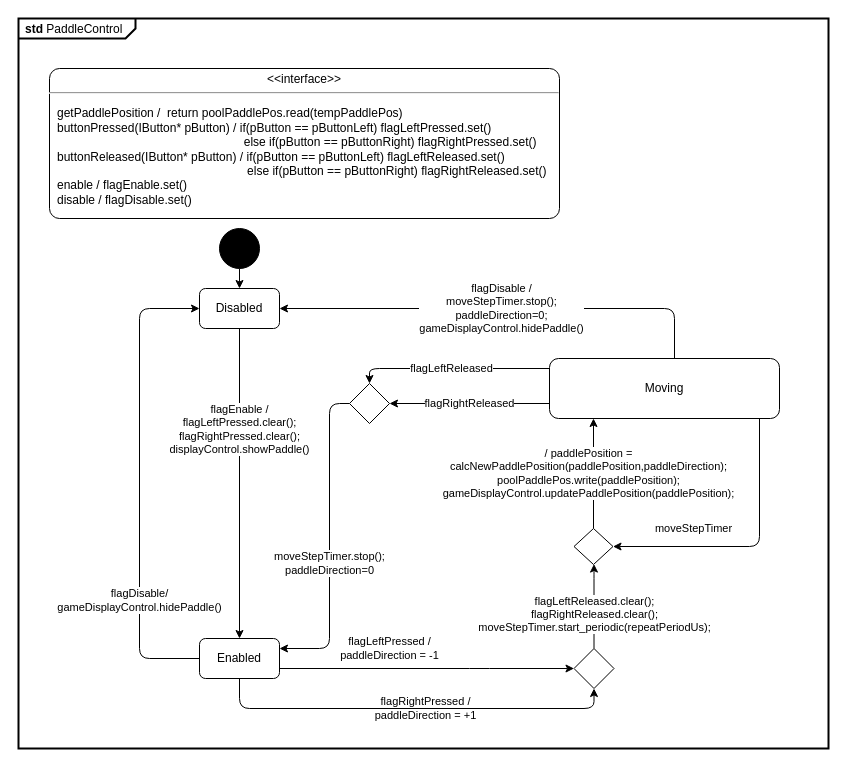
Before: page "STD-PaddleControl" (9 of 13) of apps/pong_cleangui_dg_adv/models/pong_dg_adv.drawio in nepbuur1/test_lasergame_2_rework_CleanGUI_godmode, a draw.io diagram. Source tidied: cells renumbered, new cells numbered last; positions are measured from the earlier drawing's top-left corner, leaving out a move shared by most shapes. Both pictures are drawn from the tidied source at 100%, with x=0, y=0 at pixel (18, 18).
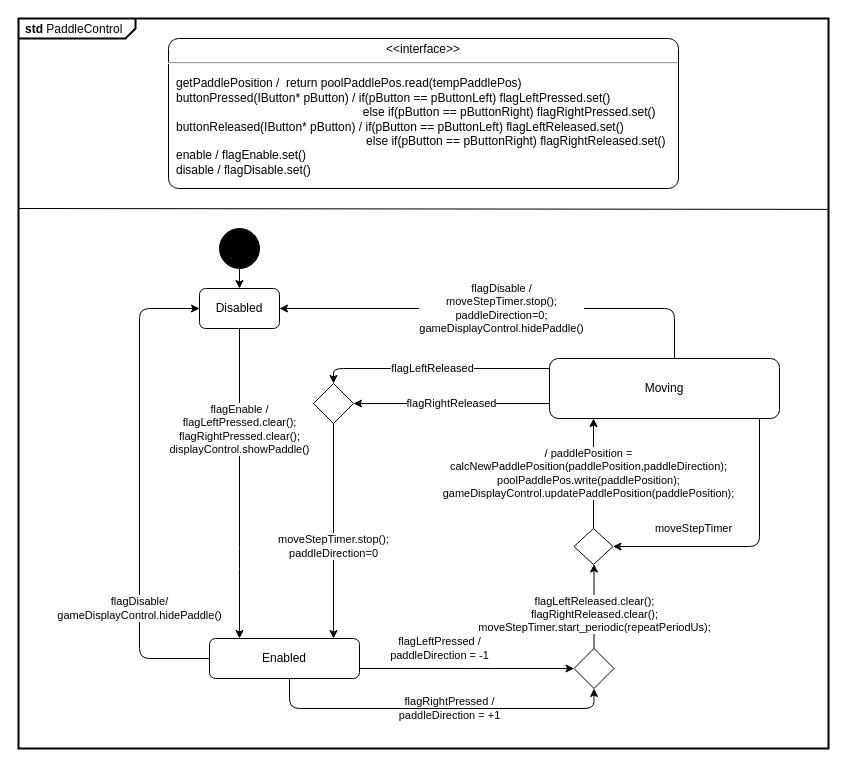
The same diagram, later.

Unchanged cells that the change refers to:
```xml
<mxCell id="5" value="Disabled" style="rounded=1;whiteSpace=wrap;html=1;" parent="1" vertex="1">
  <mxGeometry x="181" y="270" width="80" height="40" as="geometry" />
</mxCell>
<mxCell id="12" style="rhombus;whiteSpace=wrap;html=1;" parent="1" vertex="1">
  <mxGeometry x="555.5" y="630" width="40" height="40" as="geometry" />
</mxCell>
```

Diff of the diagram source:
```diff
@@
     <mxCell id="3" value="&lt;p style=&quot;margin: 0px ; margin-top: 4px ; text-align: center&quot;&gt;&amp;lt;&amp;lt;interface&amp;gt;&amp;gt;&lt;/p&gt;&lt;hr&gt;&lt;p&gt;&lt;/p&gt;&lt;p style=&quot;margin: 0px ; margin-left: 8px ; text-align: left&quot;&gt;getPaddlePosition /&amp;nbsp; return&amp;nbsp;&lt;span style=&quot;background-color: transparent; color: light-dark(rgb(0, 0, 0), rgb(255, 255, 255));&quot;&gt;poolPaddlePos.read(tempPaddlePos)&lt;/span&gt;&lt;/p&gt;&lt;p style=&quot;margin: 0px ; margin-left: 8px ; text-align: left&quot;&gt;&lt;span style=&quot;background-color: transparent; color: light-dark(rgb(0, 0, 0), rgb(255, 255, 255));&quot;&gt;buttonPressed(IButton* pButton) /&amp;nbsp;&lt;/span&gt;&lt;span style=&quot;background-color: transparent; color: light-dark(rgb(0, 0, 0), rgb(255, 255, 255));&quot;&gt;if(pButton == pButtonLeft)&amp;nbsp;&lt;/span&gt;&lt;span style=&quot;background-color: transparent; color: light-dark(rgb(0, 0, 0), rgb(255, 255, 255));&quot;&gt;flagLeftPressed.set() &lt;br&gt;&amp;nbsp; &amp;nbsp; &amp;nbsp; &amp;nbsp; &amp;nbsp; &amp;nbsp; &amp;nbsp; &amp;nbsp; &amp;nbsp; &amp;nbsp; &amp;nbsp; &amp;nbsp; &amp;nbsp; &amp;nbsp; &amp;nbsp; &amp;nbsp; &amp;nbsp; &amp;nbsp; &amp;nbsp; &amp;nbsp; &amp;nbsp; &amp;nbsp; &amp;nbsp; &amp;nbsp; &amp;nbsp; &amp;nbsp; &amp;nbsp; &amp;nbsp; else&amp;nbsp;&lt;/span&gt;&lt;span style=&quot;background-color: transparent; color: light-dark(rgb(0, 0, 0), rgb(255, 255, 255));&quot;&gt;if(pButton == pButtonRight)&amp;nbsp;&lt;/span&gt;&lt;span style=&quot;background-color: transparent; color: light-dark(rgb(0, 0, 0), rgb(255, 255, 255));&quot;&gt;flagRightPressed.set()&lt;/span&gt;&lt;/p&gt;&lt;p style=&quot;margin: 0px ; margin-left: 8px ; text-align: left&quot;&gt;&lt;span style=&quot;background-color: transparent; color: light-dark(rgb(0, 0, 0), rgb(255, 255, 255));&quot;&gt;buttonReleased(IButton* pButton) /&amp;nbsp;&lt;/span&gt;&lt;span style=&quot;background-color: transparent; color: light-dark(rgb(0, 0, 0), rgb(255, 255, 255));&quot;&gt;if(pButton == pButtonLeft)&amp;nbsp;&lt;/span&gt;&lt;span style=&quot;background-color: transparent; color: light-dark(rgb(0, 0, 0), rgb(255, 255, 255));&quot;&gt;flagLeftReleased.set()&amp;nbsp;&lt;br&gt;&lt;span style=&quot;white-space: pre;&quot;&gt;&#9;&lt;/span&gt;&lt;span style=&quot;white-space: pre;&quot;&gt;&#9;&lt;/span&gt;&lt;span style=&quot;white-space: pre;&quot;&gt;&#9;&lt;/span&gt;&lt;span style=&quot;white-space: pre;&quot;&gt;&#9;&lt;/span&gt;&lt;span style=&quot;white-space: pre;&quot;&gt;&#9;&lt;/span&gt;&lt;span style=&quot;white-space: pre;&quot;&gt;&#9;&lt;/span&gt;&lt;span style=&quot;white-space: pre;&quot;&gt;&#9;&lt;/span&gt;&amp;nbsp;e&lt;/span&gt;&lt;span style=&quot;background-color: transparent; color: light-dark(rgb(0, 0, 0), rgb(255, 255, 255));&quot;&gt;lse if(pButton == pButtonRight)&amp;nbsp;&lt;/span&gt;&lt;span style=&quot;background-color: transparent; color: light-dark(rgb(0, 0, 0), rgb(255, 255, 255));&quot;&gt;flagRightReleased.set()&lt;br&gt;&lt;/span&gt;&lt;span style=&quot;background-color: transparent; color: light-dark(rgb(0, 0, 0), rgb(255, 255, 255));&quot;&gt;enable /&amp;nbsp;&lt;/span&gt;&lt;span style=&quot;background-color: transparent; color: light-dark(rgb(0, 0, 0), rgb(255, 255, 255));&quot;&gt;flagEnable.set()&lt;/span&gt;&lt;/p&gt;&lt;p style=&quot;margin: 0px ; margin-left: 8px ; text-align: left&quot;&gt;&lt;span style=&quot;background-color: transparent; color: light-dark(rgb(0, 0, 0), rgb(255, 255, 255));&quot;&gt;disable /&amp;nbsp;&lt;/span&gt;&lt;span style=&quot;background-color: transparent; color: light-dark(rgb(0, 0, 0), rgb(255, 255, 255));&quot;&gt;flagDisable.set()&lt;/span&gt;&lt;/p&gt;" style="shape=mxgraph.sysml.simpleState;html=1;overflow=fill;whiteSpace=wrap;align=center;" parent="1" vertex="1">
-      <mxGeometry x="31" y="50" width="510" height="150" as="geometry" />
+      <mxGeometry x="150" y="20" width="510" height="150" as="geometry" />
     </mxCell>
     <mxCell id="4" value="flagEnable /&lt;br&gt;&lt;div&gt;flagLeftPressed.clear();&lt;/div&gt;&lt;div&gt;flagRightPressed.clear();&lt;/div&gt;&lt;div&gt;displayControl.showPaddle()&lt;/div&gt;" style="edgeStyle=orthogonalEdgeStyle;rounded=1;jettySize=auto;html=1;curved=0;" parent="1" edge="1" source="5" target="10">
-      <mxGeometry x="-0.35" relative="1" as="geometry" />
+      <mxGeometry x="-0.35" relative="1" as="geometry">
+        <Array as="points">
+          <mxPoint x="221" y="540" />
+          <mxPoint x="221" y="540" />
+        </Array>
+      </mxGeometry>
     </mxCell>
@@
     <mxCell id="8" value="flagRightPressed /&lt;br&gt;paddleDirection = +1" style="edgeStyle=orthogonalEdgeStyle;rounded=1;jettySize=auto;html=1;curved=0;labelBackgroundColor=none;" parent="1" edge="1" source="10" target="12">
       <mxGeometry x="0.07" relative="1" as="geometry">
         <Array as="points">
-          <mxPoint x="221" y="690" />
+          <mxPoint x="271" y="690" />
           <mxPoint x="575.5" y="690" />
         </Array>
       </mxGeometry>
     </mxCell>
@@
     <mxCell id="10" value="Enabled" style="rounded=1;whiteSpace=wrap;html=1;" parent="1" vertex="1">
-      <mxGeometry x="181" y="620" width="80" height="40" as="geometry" />
+      <mxGeometry x="191" y="620" width="150" height="40" as="geometry" />
     </mxCell>
@@
     <mxCell id="15" value="flagLeftReleased" style="edgeStyle=orthogonalEdgeStyle;rounded=1;jettySize=auto;html=1;curved=0;" parent="1" edge="1" target="19">
       <mxGeometry x="0.01" relative="1" as="geometry">
         <mxPoint x="531" y="350" as="sourcePoint" />
         <Array as="points">
-          <mxPoint x="351" y="350" />
+          <mxPoint x="315" y="350" />
         </Array>
       </mxGeometry>
     </mxCell>
@@
     <mxCell id="18" value="moveStepTimer.stop();&lt;br&gt;paddleDirection=0" style="edgeStyle=orthogonalEdgeStyle;rounded=1;jettySize=auto;html=1;curved=0;" parent="1" edge="1" source="19" target="10">
       <mxGeometry x="0.14" relative="1" as="geometry">
         <Array as="points">
-          <mxPoint x="311" y="385" />
-          <mxPoint x="311" y="630" />
+          <mxPoint x="315" y="630" />
         </Array>
       </mxGeometry>
     </mxCell>
     <mxCell id="19" style="rhombus;whiteSpace=wrap;html=1;" parent="1" vertex="1">
-      <mxGeometry x="331" y="365" width="40" height="40" as="geometry" />
+      <mxGeometry x="295" y="365" width="40" height="40" as="geometry" />
     </mxCell>
@@
+    <mxCell id="23" style="endArrow=none;html=1;rounded=1;" parent="1" edge="1">
+      <mxGeometry relative="1" as="geometry">
+        <mxPoint y="190" as="sourcePoint" />
+        <mxPoint x="810" y="190.9" as="targetPoint" />
+      </mxGeometry>
+    </mxCell>
```
